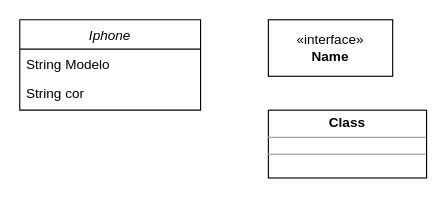
Before: Untitled Diagram.drawio in xkyurax/uml-java-dio, a draw.io diagram. Source tidied: cells renumbered, new cells numbered last; positions are measured from the earlier drawing's top-left corner, leaving out a move shared by most shapes. Both pictures are drawn from the tidied source at 113%, with x=0, y=0 at pixel (19, 19).
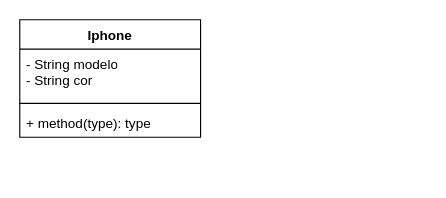
The same diagram, later.

Diff of the diagram source:
```diff
@@
 <mxGraphModel>
   <root>
     <mxCell id="0" />
     <mxCell id="1" parent="0" />
-    <mxCell id="2" value="Iphone&#10;" style="swimlane;fontStyle=2;align=center;verticalAlign=top;horizontal=1;startSize=26;rounded=0;shadow=0;strokeWidth=1;" parent="1" vertex="1">
-      <mxGeometry width="160" height="80" as="geometry" />
+    <mxCell id="2" value="Iphone&lt;br&gt;" style="swimlane;fontStyle=1;align=center;verticalAlign=top;horizontal=1;startSize=26;whiteSpace=wrap;html=1;" parent="1" vertex="1">
+      <mxGeometry width="160" height="104" as="geometry" />
     </mxCell>
-    <mxCell id="3" value="String Modelo" style="text;align=left;verticalAlign=top;spacingLeft=4;spacingRight=4;overflow=hidden;" parent="2" vertex="1">
-      <mxGeometry y="26" width="160" height="26" as="geometry" />
-    </mxCell>
-    <mxCell id="4" value="String cor" style="text;align=left;verticalAlign=top;spacingLeft=4;spacingRight=4;overflow=hidden;rounded=0;shadow=0;html=0;" parent="2" vertex="1">
-      <mxGeometry y="52" width="160" height="26" as="geometry" />
-    </mxCell>
-    <mxCell id="5" value="&amp;laquo;interface&amp;raquo;&lt;br&gt;&lt;b&gt;Name&lt;/b&gt;" style="html=1;whiteSpace=wrap;" parent="1" vertex="1">
-      <mxGeometry x="220" width="110" height="50" as="geometry" />
-    </mxCell>
-    <mxCell id="6" value="&lt;p style=&quot;margin:0px;margin-top:4px;text-align:center;&quot;&gt;&lt;b&gt;Class&lt;/b&gt;&lt;/p&gt;&lt;hr size=&quot;1&quot;/&gt;&lt;div style=&quot;height:2px;&quot;&gt;&lt;/div&gt;&lt;hr size=&quot;1&quot;/&gt;&lt;div style=&quot;height:2px;&quot;&gt;&lt;/div&gt;" style="verticalAlign=top;align=left;overflow=fill;fontSize=12;fontFamily=Helvetica;html=1;whiteSpace=wrap;" parent="1" vertex="1">
-      <mxGeometry x="220" y="80" width="140" height="60" as="geometry" />
-    </mxCell>
+    <mxCell id="7" value="- String modelo&lt;br&gt;- String cor" style="text;strokeColor=none;fillColor=none;align=left;verticalAlign=top;spacingLeft=4;spacingRight=4;overflow=hidden;whiteSpace=wrap;html=1;" parent="2" vertex="1">
+      <mxGeometry y="26" width="160" height="44" as="geometry" />
+    </mxCell>
+    <mxCell id="8" style="line;strokeWidth=1;fillColor=none;align=left;verticalAlign=middle;spacingTop=-1;spacingLeft=3;spacingRight=3;labelPosition=right;strokeColor=inherit;" parent="2" vertex="1">
+      <mxGeometry y="70" width="160" height="8" as="geometry" />
+    </mxCell>
+    <mxCell id="9" value="+ method(type): type" style="text;strokeColor=none;fillColor=none;align=left;verticalAlign=top;spacingLeft=4;spacingRight=4;overflow=hidden;whiteSpace=wrap;html=1;" parent="2" vertex="1">
+      <mxGeometry y="78" width="160" height="26" as="geometry" />
+    </mxCell>
   </root>
 </mxGraphModel>
```
